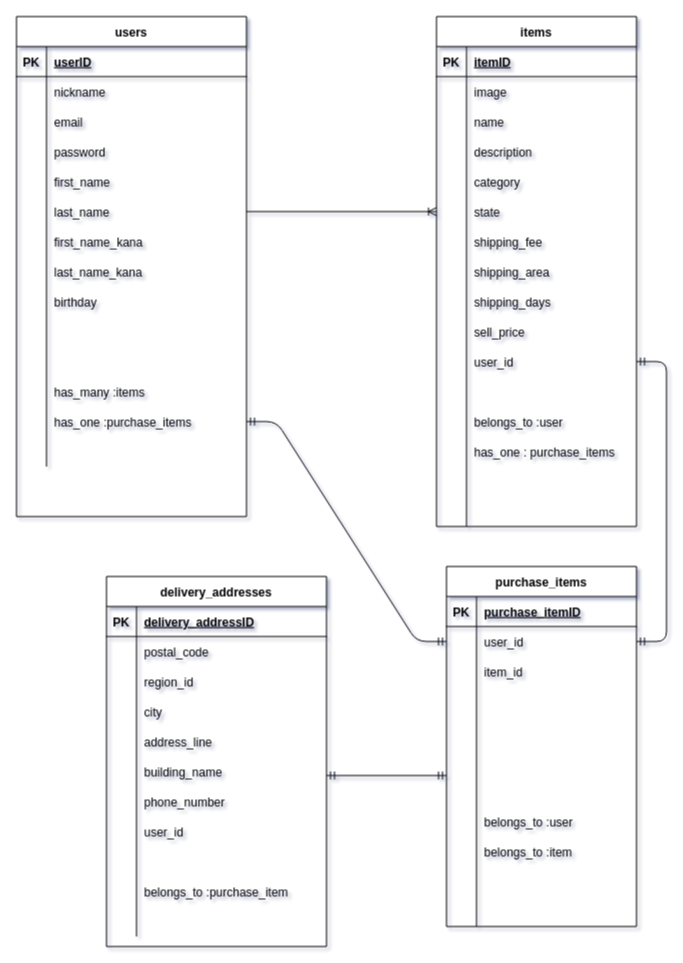
The draw.io diagram er.dio in daimanabu/furima-32977, before the edit. Source tidied: cells renumbered, new cells numbered last; positions are measured from the earlier drawing's top-left corner, leaving out a move shared by most shapes. Both pictures are drawn from the tidied source at 100%, with x=0, y=0 at pixel (16, 16).
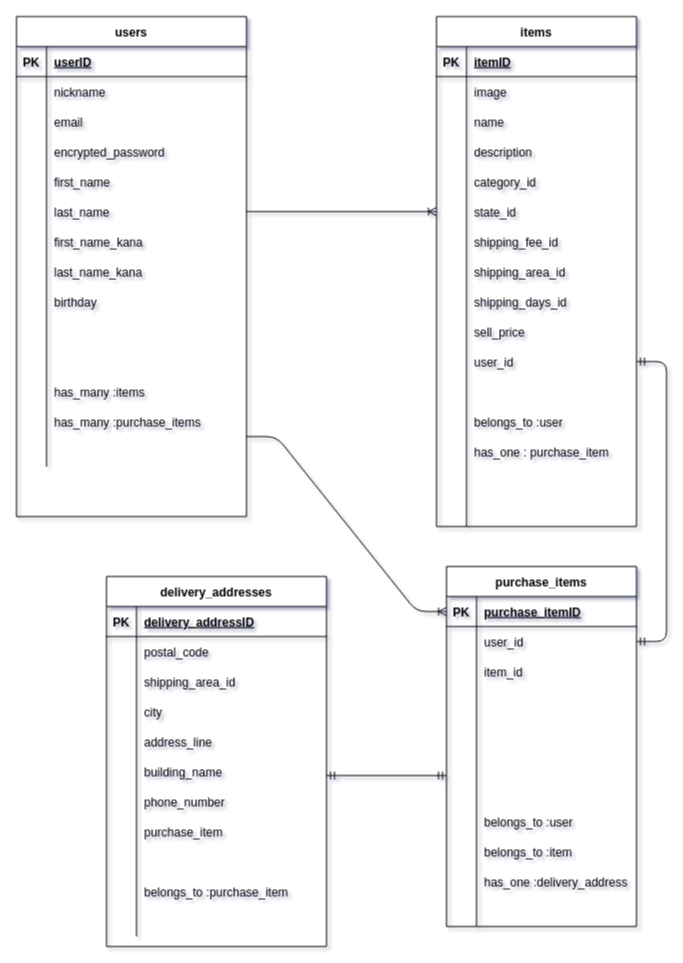
After the change.

Commit message (it also covers changes not shown here):
README修正＆ER図修正２

Unchanged cells that the change refers to:
```xml
<mxCell id="12" style="shape=partialRectangle;fillColor=none;top=0;left=0;bottom=0;right=0;" parent="2" vertex="1">
  <mxGeometry y="120" width="230" height="30" as="geometry" />
</mxCell>
<mxCell id="39" style="shape=partialRectangle;fillColor=none;top=0;left=0;bottom=0;right=0;points=[[0,0.5],[1,0.5]];portConstraint=eastwest;" parent="2" vertex="1">
  <mxGeometry y="390" width="230" height="30" as="geometry" />
</mxCell>
<mxCell id="58" style="shape=partialRectangle;fillColor=none;top=0;left=0;bottom=0;right=0;" parent="45" vertex="1">
  <mxGeometry y="150" width="200" height="30" as="geometry" />
</mxCell>
<mxCell id="61" style="shape=partialRectangle;fillColor=none;top=0;left=0;bottom=0;right=0;points=[[0,0.5],[1,0.5]];portConstraint=eastwest;" parent="45" vertex="1">
  <mxGeometry y="180" width="200" height="30" as="geometry" />
</mxCell>
<mxCell id="64" style="shape=partialRectangle;fillColor=none;top=0;left=0;bottom=0;right=0;" parent="45" vertex="1">
  <mxGeometry y="210" width="200" height="30" as="geometry" />
</mxCell>
<mxCell id="67" style="shape=partialRectangle;fillColor=none;top=0;left=0;bottom=0;right=0;" parent="45" vertex="1">
  <mxGeometry y="240" width="200" height="30" as="geometry" />
</mxCell>
<mxCell id="70" style="shape=partialRectangle;fillColor=none;top=0;left=0;bottom=0;right=0;" parent="45" vertex="1">
  <mxGeometry y="270" width="200" height="30" as="geometry" />
</mxCell>
<mxCell id="85" style="shape=partialRectangle;fillColor=none;top=0;left=0;bottom=0;right=0;" parent="45" vertex="1">
  <mxGeometry y="420" width="200" height="30" as="geometry" />
</mxCell>
<mxCell id="95" style="shape=partialRectangle;fillColor=none;top=0;left=0;bottom=1;right=0;points=[[0,0.5],[1,0.5]];portConstraint=eastwest;" parent="94" vertex="1">
  <mxGeometry y="30" width="190" height="30" as="geometry" />
</mxCell>
<mxCell id="98" style="shape=partialRectangle;fillColor=none;top=0;left=0;bottom=0;right=0;points=[[0,0.5],[1,0.5]];portConstraint=eastwest;" parent="94" vertex="1">
  <mxGeometry y="60" width="190" height="30" as="geometry" />
</mxCell>
<mxCell id="122" style="shape=partialRectangle;fillColor=none;top=0;left=0;bottom=0;right=0;" parent="94" vertex="1">
  <mxGeometry y="300" width="190" height="30" as="geometry" />
</mxCell>
<mxCell id="135" style="shape=partialRectangle;fillColor=none;top=0;left=0;bottom=0;right=0;" parent="128" vertex="1">
  <mxGeometry y="90" width="220" height="30" as="geometry" />
</mxCell>
<mxCell id="150" style="shape=partialRectangle;fillColor=none;top=0;left=0;bottom=0;right=0;" parent="128" vertex="1">
  <mxGeometry y="240" width="220" height="30" as="geometry" />
</mxCell>
```

The edit, as a diff of the source:
```diff
@@
-    <mxCell id="14" value="password" style="shape=partialRectangle;fillColor=none;top=0;left=0;bottom=0;right=0;align=left;spacingLeft=6;overflow=hidden;" parent="12" vertex="1">
+    <mxCell id="14" value="encrypted_password" style="shape=partialRectangle;fillColor=none;top=0;left=0;bottom=0;right=0;align=left;spacingLeft=6;overflow=hidden;" parent="12" vertex="1">
       <mxGeometry x="30" width="200" height="30" as="geometry" />
     </mxCell>
@@
-    <mxCell id="41" value="has_one :purchase_items" style="shape=partialRectangle;fillColor=none;top=0;left=0;bottom=0;right=0;align=left;spacingLeft=6;overflow=hidden;" parent="39" vertex="1">
+    <mxCell id="41" value="has_many :purchase_items" style="shape=partialRectangle;fillColor=none;top=0;left=0;bottom=0;right=0;align=left;spacingLeft=6;overflow=hidden;" parent="39" vertex="1">
       <mxGeometry x="30" width="200" height="30" as="geometry" />
     </mxCell>
@@
-    <mxCell id="60" value="category" style="shape=partialRectangle;fillColor=none;top=0;left=0;bottom=0;right=0;align=left;spacingLeft=6;overflow=hidden;" parent="58" vertex="1">
+    <mxCell id="60" value="category_id" style="shape=partialRectangle;fillColor=none;top=0;left=0;bottom=0;right=0;align=left;spacingLeft=6;overflow=hidden;" parent="58" vertex="1">
       <mxGeometry x="30" width="170" height="30" as="geometry" />
     </mxCell>
@@
-    <mxCell id="63" value="state" style="shape=partialRectangle;fillColor=none;top=0;left=0;bottom=0;right=0;align=left;spacingLeft=6;overflow=hidden;" parent="61" vertex="1">
+    <mxCell id="63" value="state_id" style="shape=partialRectangle;fillColor=none;top=0;left=0;bottom=0;right=0;align=left;spacingLeft=6;overflow=hidden;" parent="61" vertex="1">
       <mxGeometry x="30" width="170" height="30" as="geometry" />
     </mxCell>
@@
-    <mxCell id="66" value="shipping_fee" style="shape=partialRectangle;fillColor=none;top=0;left=0;bottom=0;right=0;align=left;spacingLeft=6;overflow=hidden;" parent="64" vertex="1">
+    <mxCell id="66" value="shipping_fee_id" style="shape=partialRectangle;fillColor=none;top=0;left=0;bottom=0;right=0;align=left;spacingLeft=6;overflow=hidden;" parent="64" vertex="1">
       <mxGeometry x="30" width="170" height="30" as="geometry" />
     </mxCell>
@@
-    <mxCell id="69" value="shipping_area" style="shape=partialRectangle;fillColor=none;top=0;left=0;bottom=0;right=0;align=left;spacingLeft=6;overflow=hidden;" parent="67" vertex="1">
+    <mxCell id="69" value="shipping_area_id" style="shape=partialRectangle;fillColor=none;top=0;left=0;bottom=0;right=0;align=left;spacingLeft=6;overflow=hidden;" parent="67" vertex="1">
       <mxGeometry x="30" width="170" height="30" as="geometry" />
     </mxCell>
@@
-    <mxCell id="72" value="shipping_days" style="shape=partialRectangle;fillColor=none;top=0;left=0;bottom=0;right=0;align=left;spacingLeft=6;overflow=hidden;" parent="70" vertex="1">
+    <mxCell id="72" value="shipping_days_id" style="shape=partialRectangle;fillColor=none;top=0;left=0;bottom=0;right=0;align=left;spacingLeft=6;overflow=hidden;" parent="70" vertex="1">
       <mxGeometry x="30" width="170" height="30" as="geometry" />
     </mxCell>
@@
-    <mxCell id="87" value="has_one : purchase_items" style="shape=partialRectangle;fillColor=none;top=0;left=0;bottom=0;right=0;align=left;spacingLeft=6;overflow=hidden;" parent="85" vertex="1">
+    <mxCell id="87" value="has_one : purchase_item" style="shape=partialRectangle;fillColor=none;top=0;left=0;bottom=0;right=0;align=left;spacingLeft=6;overflow=hidden;" parent="85" vertex="1">
       <mxGeometry x="30" width="170" height="30" as="geometry" />
     </mxCell>
@@
-    <mxCell id="124" style="shape=partialRectangle;fillColor=none;top=0;left=0;bottom=0;right=0;align=left;spacingLeft=6;overflow=hidden;" parent="122" vertex="1">
+    <mxCell id="124" value="has_one :delivery_address" style="shape=partialRectangle;fillColor=none;top=0;left=0;bottom=0;right=0;align=left;spacingLeft=6;overflow=hidden;" parent="122" vertex="1">
       <mxGeometry x="30" width="160" height="30" as="geometry" />
     </mxCell>
@@
-    <mxCell id="137" value="region_id" style="shape=partialRectangle;fillColor=none;top=0;left=0;bottom=0;right=0;align=left;spacingLeft=6;overflow=hidden;" parent="135" vertex="1">
+    <mxCell id="137" value="shipping_area_id" style="shape=partialRectangle;fillColor=none;top=0;left=0;bottom=0;right=0;align=left;spacingLeft=6;overflow=hidden;" parent="135" vertex="1">
       <mxGeometry x="30" width="190" height="30" as="geometry" />
     </mxCell>
@@
-    <mxCell id="152" value="user_id" style="shape=partialRectangle;fillColor=none;top=0;left=0;bottom=0;right=0;align=left;spacingLeft=6;overflow=hidden;" parent="150" vertex="1">
+    <mxCell id="152" value="purchase_item" style="shape=partialRectangle;fillColor=none;top=0;left=0;bottom=0;right=0;align=left;spacingLeft=6;overflow=hidden;" parent="150" vertex="1">
       <mxGeometry x="30" width="190" height="30" as="geometry" />
     </mxCell>
@@
-    <mxCell id="163" style="edgeStyle=entityRelationEdgeStyle;fontSize=12;html=1;endArrow=ERmandOne;startArrow=ERmandOne;exitX=1;exitY=0.5;exitDx=0;exitDy=0;entryX=0;entryY=0.5;entryDx=0;entryDy=0;" parent="1" edge="1" source="39" target="98">
-      <mxGeometry relative="1" as="geometry" />
-    </mxCell>
@@
+    <mxCell id="166" style="edgeStyle=entityRelationEdgeStyle;fontSize=12;html=1;endArrow=ERoneToMany;entryX=0;entryY=0.5;entryDx=0;entryDy=0;" parent="1" edge="1" target="95">
+      <mxGeometry relative="1" as="geometry">
+        <mxPoint x="230" y="420" as="sourcePoint" />
+      </mxGeometry>
+    </mxCell>
```
